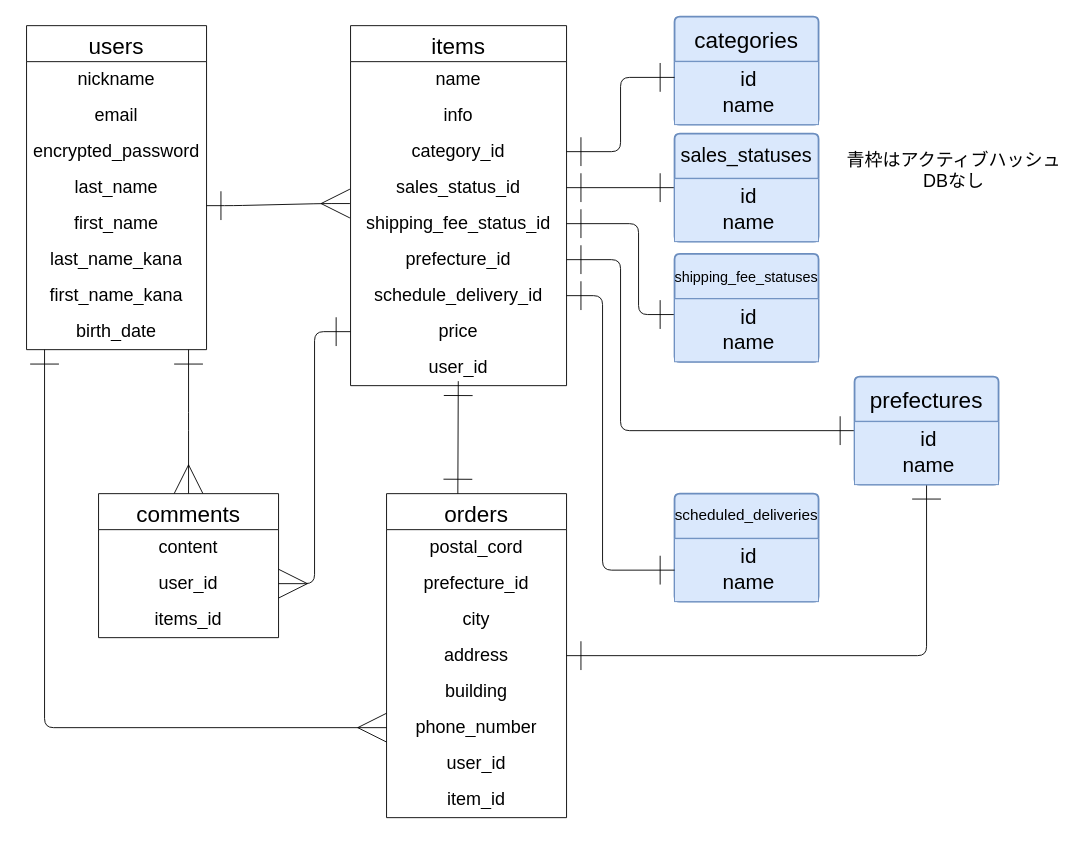
Earlier version of the draw.io diagram test.dio (yominmirin/furima-45757). Source tidied: cells renumbered, new cells numbered last; positions are measured from the earlier drawing's top-left corner, leaving out a move shared by most shapes. Both pictures are drawn from the tidied source at 90%, with x=0, y=0 at pixel (26, 16).
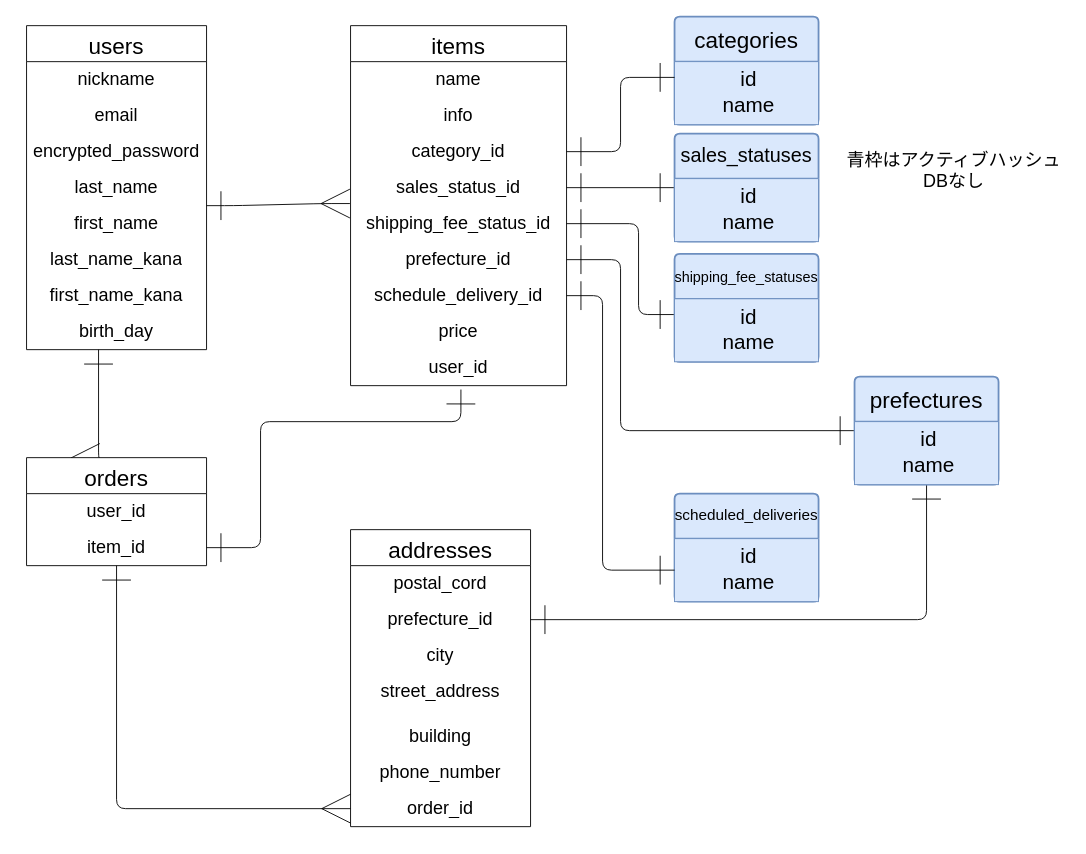
The same page after the edit.

Unchanged cells that the change refers to:
```xml
<mxCell id="4" value="users" style="swimlane;fontStyle=0;horizontal=1;startSize=40;align=center;fontSize=25;" parent="1" vertex="1">
  <mxGeometry y="10" width="200" height="360" as="geometry" />
</mxCell>
<mxCell id="36" value="price" style="text;strokeColor=none;fillColor=none;spacingLeft=4;spacingRight=4;overflow=hidden;points=[[0,0.5],[1,0.5]];portConstraint=eastwest;fontSize=20;whiteSpace=wrap;html=1;align=center;" parent="28" vertex="1">
  <mxGeometry y="320" width="240" height="40" as="geometry" />
</mxCell>
<mxCell id="37" value="user_id" style="text;strokeColor=none;fillColor=none;spacingLeft=4;spacingRight=4;overflow=hidden;points=[[0,0.5],[1,0.5]];portConstraint=eastwest;fontSize=20;whiteSpace=wrap;html=1;align=center;" parent="28" vertex="1">
  <mxGeometry y="360" width="240" height="40" as="geometry" />
</mxCell>
<mxCell id="42" value="&lt;font style=&quot;font-size: 25px;&quot;&gt;prefectures&lt;/font&gt;" style="swimlane;horizontal=1;startSize=50;rounded=1;fontSize=14;fontStyle=0;strokeWidth=2;shadow=0;dashed=0;align=center;arcSize=4;whiteSpace=wrap;html=1;fillColor=#dae8fc;strokeColor=#6c8ebf;" parent="1" vertex="1">
  <mxGeometry x="920" y="400" width="160" height="120" as="geometry" />
</mxCell>
```

Change to the diagram source:
```diff
@@
-    <mxCell id="2" style="edgeStyle=elbowEdgeStyle;html=1;entryX=0.5;entryY=0;entryDx=0;entryDy=0;startArrow=ERone;startFill=0;endArrow=ERmany;endFill=0;endSize=30;startSize=30;" parent="1" edge="1" source="4" target="15">
-      <mxGeometry relative="1" as="geometry" />
-    </mxCell>
-    <mxCell id="3" style="edgeStyle=elbowEdgeStyle;html=1;entryX=0;entryY=0.5;entryDx=0;entryDy=0;endSize=30;startSize=30;endArrow=ERmany;endFill=0;startArrow=ERone;startFill=0;" parent="1" edge="1" source="4" target="25">
+    <mxCell id="3" style="edgeStyle=elbowEdgeStyle;html=1;endSize=30;startSize=30;endArrow=ERmany;endFill=0;startArrow=ERone;startFill=0;entryX=0.407;entryY=0.003;entryDx=0;entryDy=0;entryPerimeter=0;" parent="1" edge="1" source="4" target="19">
       <mxGeometry relative="1" as="geometry">
         <Array as="points">
-          <mxPoint x="20" y="640" />
+          <mxPoint x="80" y="570" />
         </Array>
       </mxGeometry>
     </mxCell>
@@
-    <mxCell id="12" value="birth_date" style="text;strokeColor=none;fillColor=none;spacingLeft=4;spacingRight=4;overflow=hidden;fontSize=20;whiteSpace=wrap;html=1;align=center;" parent="4" vertex="1">
+    <mxCell id="12" value="birth_day" style="text;strokeColor=none;fillColor=none;spacingLeft=4;spacingRight=4;overflow=hidden;fontSize=20;whiteSpace=wrap;html=1;align=center;" parent="4" vertex="1">
       <mxGeometry y="320" width="200" height="40" as="geometry" />
     </mxCell>
@@
-    <mxCell id="15" value="comments" style="swimlane;fontStyle=0;horizontal=1;startSize=40;align=center;fontSize=25;" parent="1" vertex="1">
-      <mxGeometry x="80" y="530" width="200" height="160" as="geometry" />
-    </mxCell>
-    <mxCell id="16" value="content" style="text;strokeColor=none;fillColor=none;spacingLeft=4;spacingRight=4;overflow=hidden;fontSize=20;whiteSpace=wrap;html=1;align=center;" parent="15" vertex="1">
-      <mxGeometry y="40" width="200" height="40" as="geometry" />
-    </mxCell>
-    <mxCell id="17" value="user_id" style="text;strokeColor=none;fillColor=none;spacingLeft=4;spacingRight=4;overflow=hidden;points=[[0,0.5],[1,0.5]];portConstraint=eastwest;fontSize=20;whiteSpace=wrap;html=1;align=center;" parent="15" vertex="1">
-      <mxGeometry y="80" width="200" height="40" as="geometry" />
-    </mxCell>
-    <mxCell id="18" value="items_id" style="text;strokeColor=none;fillColor=none;spacingLeft=4;spacingRight=4;overflow=hidden;fontSize=20;whiteSpace=wrap;html=1;align=center;" parent="15" vertex="1">
-      <mxGeometry y="120" width="200" height="40" as="geometry" />
-    </mxCell>
+    <mxCell id="56" style="edgeStyle=orthogonalEdgeStyle;html=1;entryX=0;entryY=0.5;entryDx=0;entryDy=0;endSize=30;startSize=30;endArrow=ERmany;endFill=0;startArrow=ERone;startFill=0;" parent="1" edge="1" source="19" target="58">
+      <mxGeometry relative="1" as="geometry" />
+    </mxCell>
     <mxCell id="19" value="orders" style="swimlane;fontStyle=0;horizontal=1;startSize=40;align=center;fontSize=25;" parent="1" vertex="1">
-      <mxGeometry x="400" y="530" width="200" height="360" as="geometry" />
+      <mxGeometry y="490" width="200" height="120" as="geometry" />
     </mxCell>
-    <mxCell id="20" value="postal_cord" style="text;strokeColor=none;fillColor=none;spacingLeft=4;spacingRight=4;overflow=hidden;fontSize=20;whiteSpace=wrap;html=1;align=center;" parent="19" vertex="1">
-      <mxGeometry y="40" width="200" height="40" as="geometry" />
-    </mxCell>
-    <mxCell id="21" value="prefecture_id" style="text;strokeColor=none;fillColor=none;spacingLeft=4;spacingRight=4;overflow=hidden;points=[[0,0.5],[1,0.5]];portConstraint=eastwest;fontSize=20;whiteSpace=wrap;html=1;align=center;" parent="19" vertex="1">
-      <mxGeometry y="80" width="200" height="40" as="geometry" />
-    </mxCell>
-    <mxCell id="22" value="city" style="text;strokeColor=none;fillColor=none;spacingLeft=4;spacingRight=4;overflow=hidden;fontSize=20;whiteSpace=wrap;html=1;align=center;" parent="19" vertex="1">
-      <mxGeometry y="120" width="200" height="40" as="geometry" />
-    </mxCell>
-    <mxCell id="23" value="address" style="text;strokeColor=none;fillColor=none;spacingLeft=4;spacingRight=4;overflow=hidden;points=[[0,0.5],[1,0.5]];portConstraint=eastwest;fontSize=20;whiteSpace=wrap;html=1;align=center;" parent="19" vertex="1">
-      <mxGeometry y="160" width="200" height="40" as="geometry" />
-    </mxCell>
-    <mxCell id="24" value="building" style="text;strokeColor=none;fillColor=none;spacingLeft=4;spacingRight=4;overflow=hidden;fontSize=20;whiteSpace=wrap;html=1;align=center;" parent="19" vertex="1">
-      <mxGeometry y="200" width="200" height="40" as="geometry" />
-    </mxCell>
-    <mxCell id="25" value="phone_number" style="text;strokeColor=none;fillColor=none;spacingLeft=4;spacingRight=4;overflow=hidden;points=[[0,0.5],[1,0.5]];portConstraint=eastwest;fontSize=20;whiteSpace=wrap;html=1;align=center;" parent="19" vertex="1">
-      <mxGeometry y="240" width="200" height="40" as="geometry" />
-    </mxCell>
     <mxCell id="26" value="user_id" style="text;strokeColor=none;fillColor=none;spacingLeft=4;spacingRight=4;overflow=hidden;fontSize=20;whiteSpace=wrap;html=1;align=center;" parent="19" vertex="1">
-      <mxGeometry y="280" width="200" height="40" as="geometry" />
+      <mxGeometry y="40" width="200" height="40" as="geometry" />
     </mxCell>
     <mxCell id="27" value="item_id" style="text;strokeColor=none;fillColor=none;spacingLeft=4;spacingRight=4;overflow=hidden;points=[[0,0.5],[1,0.5]];portConstraint=eastwest;fontSize=20;whiteSpace=wrap;html=1;align=center;" parent="19" vertex="1">
-      <mxGeometry y="320" width="200" height="40" as="geometry" />
+      <mxGeometry y="80" width="200" height="40" as="geometry" />
     </mxCell>
@@
-    <mxCell id="41" style="edgeStyle=elbowEdgeStyle;html=1;entryX=1;entryY=0.5;entryDx=0;entryDy=0;endArrow=ERone;endFill=0;startArrow=ERone;startFill=0;endSize=30;startSize=30;" parent="1" edge="1" source="42" target="23">
+    <mxCell id="41" style="edgeStyle=elbowEdgeStyle;html=1;endArrow=ERone;endFill=0;startArrow=ERone;startFill=0;endSize=30;startSize=30;entryX=1;entryY=0.5;entryDx=0;entryDy=0;" parent="1" edge="1" source="42" target="21">
       <mxGeometry relative="1" as="geometry">
         <Array as="points">
+          <mxPoint x="1000" y="680" />
           <mxPoint x="1000" y="680" />
         </Array>
       </mxGeometry>
     </mxCell>
@@
-    <mxCell id="51" style="edgeStyle=elbowEdgeStyle;html=1;exitX=0;exitY=0.5;exitDx=0;exitDy=0;entryX=1;entryY=0.5;entryDx=0;entryDy=0;endSize=30;startSize=30;endArrow=ERmany;endFill=0;startArrow=ERone;startFill=0;" parent="1" edge="1" source="36" target="17">
-      <mxGeometry relative="1" as="geometry" />
-    </mxCell>
-    <mxCell id="52" style="edgeStyle=none;html=1;entryX=0.394;entryY=0.018;entryDx=0;entryDy=0;entryPerimeter=0;startArrow=ERone;startFill=0;endArrow=ERone;endFill=0;endSize=30;startSize=30;" parent="1" edge="1">
+    <mxCell id="52" style="edgeStyle=orthogonalEdgeStyle;html=1;entryX=1;entryY=0.5;entryDx=0;entryDy=0;startArrow=ERone;startFill=0;endArrow=ERone;endFill=0;endSize=30;startSize=30;exitX=0.511;exitY=1.108;exitDx=0;exitDy=0;exitPerimeter=0;" parent="1" edge="1" source="37" target="27">
       <mxGeometry relative="1" as="geometry">
-        <mxPoint x="479.7" y="405" as="sourcePoint" />
-        <mxPoint x="479.2" y="530" as="targetPoint" />
+        <Array as="points">
+          <mxPoint x="483" y="450" />
+          <mxPoint x="260" y="450" />
+          <mxPoint x="260" y="590" />
+        </Array>
       </mxGeometry>
     </mxCell>
@@
+    <mxCell id="57" value="addresses" style="swimlane;fontStyle=0;horizontal=1;startSize=40;align=center;fontSize=25;" parent="1" vertex="1">
+      <mxGeometry x="360" y="570" width="200" height="330" as="geometry" />
+    </mxCell>
+    <mxCell id="20" value="postal_cord" style="text;strokeColor=none;fillColor=none;spacingLeft=4;spacingRight=4;overflow=hidden;fontSize=20;whiteSpace=wrap;html=1;align=center;" parent="57" vertex="1">
+      <mxGeometry y="40" width="200" height="40" as="geometry" />
+    </mxCell>
+    <mxCell id="21" value="prefecture_id" style="text;strokeColor=none;fillColor=none;spacingLeft=4;spacingRight=4;overflow=hidden;points=[[0,0.5],[1,0.5]];portConstraint=eastwest;fontSize=20;whiteSpace=wrap;html=1;align=center;" parent="57" vertex="1">
+      <mxGeometry y="80" width="200" height="40" as="geometry" />
+    </mxCell>
+    <mxCell id="22" value="city" style="text;strokeColor=none;fillColor=none;spacingLeft=4;spacingRight=4;overflow=hidden;fontSize=20;whiteSpace=wrap;html=1;align=center;" parent="57" vertex="1">
+      <mxGeometry y="120" width="200" height="40" as="geometry" />
+    </mxCell>
+    <mxCell id="23" value="street_address" style="text;strokeColor=none;fillColor=none;spacingLeft=4;spacingRight=4;overflow=hidden;points=[[0,0.5],[1,0.5]];portConstraint=eastwest;fontSize=20;whiteSpace=wrap;html=1;align=center;" parent="57" vertex="1">
+      <mxGeometry y="160" width="200" height="50" as="geometry" />
+    </mxCell>
+    <mxCell id="24" value="building" style="text;strokeColor=none;fillColor=none;spacingLeft=4;spacingRight=4;overflow=hidden;fontSize=20;whiteSpace=wrap;html=1;align=center;" parent="57" vertex="1">
+      <mxGeometry y="210" width="200" height="40" as="geometry" />
+    </mxCell>
+    <mxCell id="25" value="phone_number" style="text;strokeColor=none;fillColor=none;spacingLeft=4;spacingRight=4;overflow=hidden;points=[[0,0.5],[1,0.5]];portConstraint=eastwest;fontSize=20;whiteSpace=wrap;html=1;align=center;" parent="57" vertex="1">
+      <mxGeometry y="250" width="200" height="40" as="geometry" />
+    </mxCell>
+    <mxCell id="58" value="order_id" style="text;strokeColor=none;fillColor=none;spacingLeft=4;spacingRight=4;overflow=hidden;points=[[0,0.5],[1,0.5]];portConstraint=eastwest;fontSize=20;whiteSpace=wrap;html=1;align=center;" parent="57" vertex="1">
+      <mxGeometry y="290" width="200" height="40" as="geometry" />
+    </mxCell>
```
